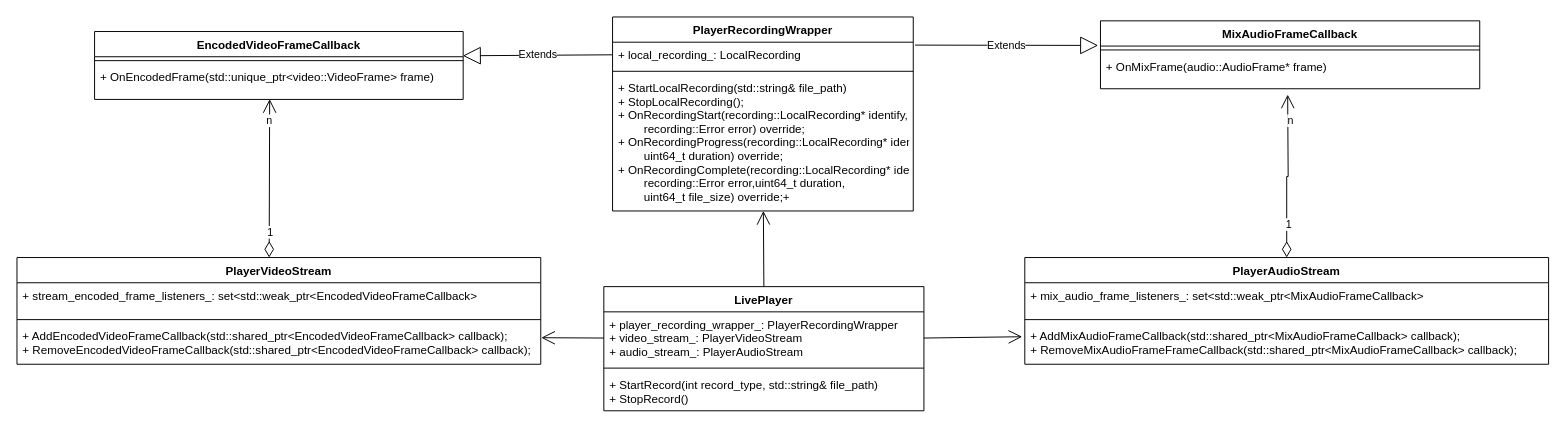
This is diagrams/未命名绘图.drawio from paopaosecret/resources, a draw.io file, before an edit. Source tidied: cells renumbered, new cells numbered last; positions are measured from the earlier drawing's top-left corner, leaving out a move shared by most shapes. Both pictures are drawn from the tidied source at 97%, with x=0, y=0 at pixel (16, 16).
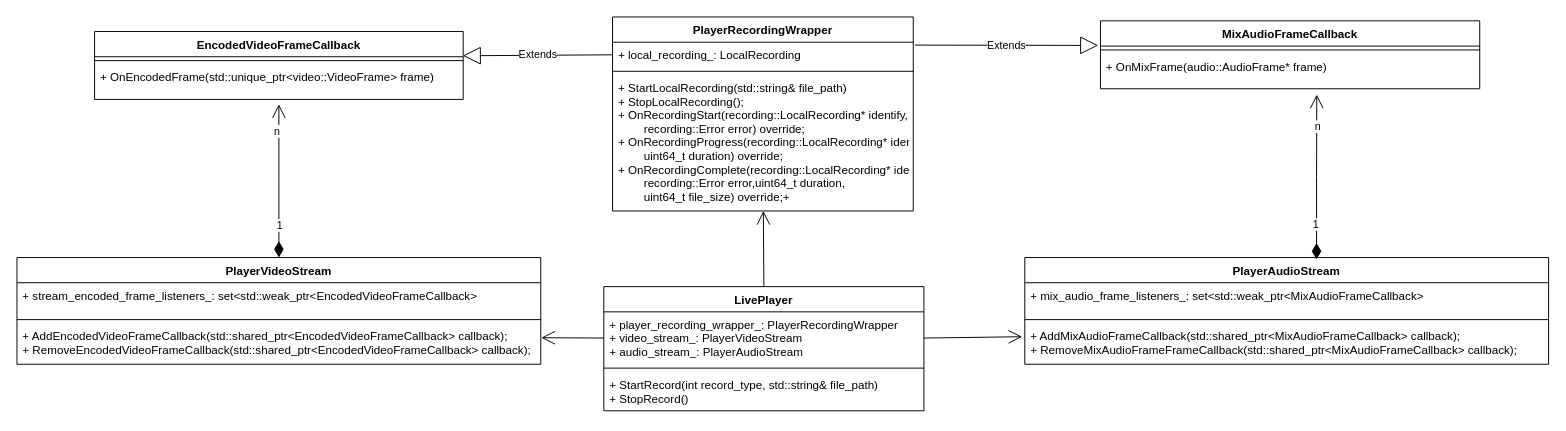
After the change.

Commit message:
更新未命名绘图.drawio

The change refers to these unchanged cells:
```xml
<mxCell id="11" value="PlayerVideoStream" style="swimlane;fontStyle=1;align=center;verticalAlign=top;horizontal=1;startSize=26;fontColor=default;" parent="1" vertex="1">
  <mxGeometry y="248" width="540" height="110" as="geometry" />
</mxCell>
<mxCell id="17" value="+ OnEncodedFrame(std::unique_ptr&lt;video::VideoFrame&gt; frame)" style="text;strokeColor=none;fillColor=none;align=left;verticalAlign=top;spacingLeft=4;spacingRight=4;overflow=hidden;points=[[0,0.5],[1,0.5]];portConstraint=eastwest;fontColor=default;fontStyle=0;" parent="15" vertex="1">
  <mxGeometry y="34" width="380" height="36" as="geometry" />
</mxCell>
<mxCell id="23" value="PlayerAudioStream" style="swimlane;fontStyle=1;align=center;verticalAlign=top;horizontal=1;startSize=26;fontColor=default;" parent="1" vertex="1">
  <mxGeometry x="1039" y="248" width="540" height="110" as="geometry" />
</mxCell>
```

What changed in the source:
```diff
@@
-    <mxCell id="19" style="endArrow=open;html=1;endSize=12;startArrow=diamondThin;startSize=14;startFill=0;edgeStyle=orthogonalEdgeStyle;rounded=0;fontColor=default;entryX=0.475;entryY=0.991;entryDx=0;entryDy=0;entryPerimeter=0;" parent="1" edge="1" target="17">
-      <mxGeometry relative="1" as="geometry">
-        <mxPoint x="260" y="248" as="sourcePoint" />
-      </mxGeometry>
-    </mxCell>
-    <mxCell id="20" value="1" style="edgeLabel;html=1;align=center;verticalAlign=middle;fontColor=default;" parent="19" vertex="1">
-      <mxGeometry x="-0.67" relative="1" as="geometry" />
-    </mxCell>
-    <mxCell id="21" value="n" style="edgeLabel;html=1;align=center;verticalAlign=middle;fontColor=default;" parent="19" vertex="1">
-      <mxGeometry x="0.73" y="1" relative="1" as="geometry" />
-    </mxCell>
@@
-    <mxCell id="32" style="endArrow=open;html=1;endSize=12;startArrow=diamondThin;startSize=14;startFill=0;edgeStyle=orthogonalEdgeStyle;align=left;verticalAlign=bottom;rounded=0;fontColor=default;exitX=0.5;exitY=0;exitDx=0;exitDy=0;" parent="1" edge="1" source="23">
-      <mxGeometry x="-1" y="3" relative="1" as="geometry">
-        <mxPoint x="1310" y="80" as="targetPoint" />
-      </mxGeometry>
-    </mxCell>
-    <mxCell id="33" value="1" style="edgeLabel;html=1;align=center;verticalAlign=middle;fontColor=default;" parent="32" vertex="1">
-      <mxGeometry x="-0.6" y="-1" relative="1" as="geometry">
-        <mxPoint y="-1" as="offset" />
-      </mxGeometry>
-    </mxCell>
-    <mxCell id="34" value="n" style="edgeLabel;html=1;align=center;verticalAlign=middle;fontColor=default;" parent="32" vertex="1">
-      <mxGeometry x="0.69" y="-2" relative="1" as="geometry" />
-    </mxCell>
+    <mxCell id="35" style="endArrow=open;html=1;endSize=12;startArrow=diamondThin;startSize=14;startFill=1;edgeStyle=orthogonalEdgeStyle;align=left;verticalAlign=bottom;rounded=0;exitX=0.5;exitY=0;exitDx=0;exitDy=0;" parent="1" edge="1" source="11">
+      <mxGeometry x="-1" y="3" relative="1" as="geometry">
+        <mxPoint x="270" y="90" as="targetPoint" />
+      </mxGeometry>
+    </mxCell>
+    <mxCell id="36" value="1" style="edgeLabel;html=1;align=center;verticalAlign=middle;" parent="35" vertex="1">
+      <mxGeometry x="-0.57" relative="1" as="geometry" />
+    </mxCell>
+    <mxCell id="37" value="n" style="edgeLabel;html=1;align=center;verticalAlign=middle;" parent="35" vertex="1">
+      <mxGeometry x="0.65" y="3" relative="1" as="geometry" />
+    </mxCell>
+    <mxCell id="38" style="endArrow=open;html=1;endSize=12;startArrow=diamondThin;startSize=14;startFill=1;edgeStyle=orthogonalEdgeStyle;align=left;verticalAlign=bottom;rounded=0;exitX=0.557;exitY=0.018;exitDx=0;exitDy=0;exitPerimeter=0;" parent="1" edge="1" source="23">
+      <mxGeometry x="-1" y="3" relative="1" as="geometry">
+        <mxPoint x="1340" y="80" as="targetPoint" />
+      </mxGeometry>
+    </mxCell>
+    <mxCell id="39" value="1" style="edgeLabel;html=1;align=center;verticalAlign=middle;" parent="38" vertex="1">
+      <mxGeometry x="-0.59" y="1" relative="1" as="geometry">
+        <mxPoint y="-1" as="offset" />
+      </mxGeometry>
+    </mxCell>
+    <mxCell id="40" value="n" style="edgeLabel;html=1;align=center;verticalAlign=middle;" parent="38" vertex="1">
+      <mxGeometry x="0.62" relative="1" as="geometry" />
+    </mxCell>
```
